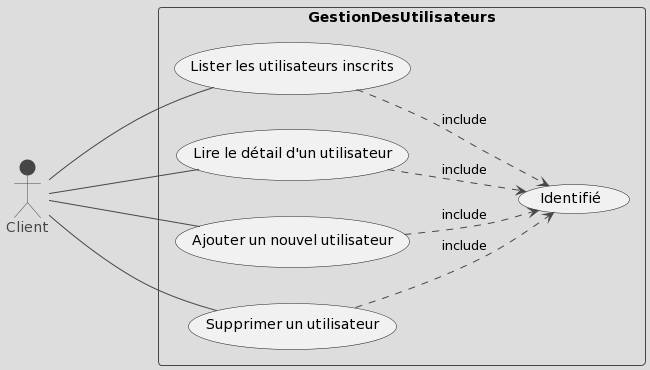
Zveltana/bileMo keeps this PlantUML diagram as diagrammes/cas_utilisation/diagramme_cas_utilisation_management_users.png. Above is the earlier version.
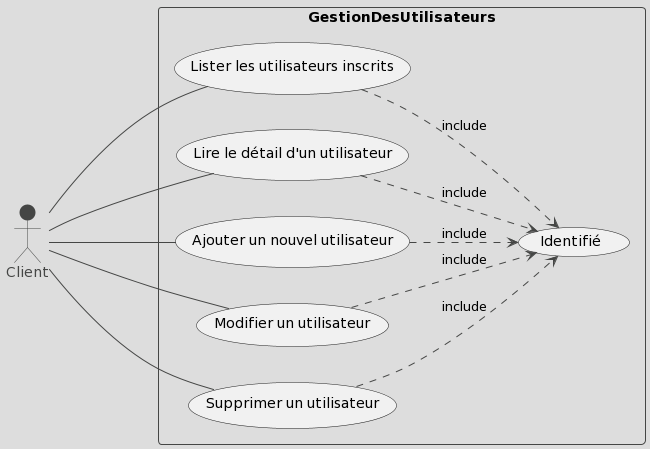
Later version of the same file.

What changed in the source:
```diff
@@ -9,10 +9,12 @@
   Client --- (Lister les utilisateurs inscrits)
   Client --- (Lire le détail d'un utilisateur)
   Client --- (Ajouter un nouvel utilisateur)
+  Client --- (Modifier un utilisateur)
   Client --- (Supprimer un utilisateur)
   (Lister les utilisateurs inscrits) ..> (Identifié): include
   (Lire le détail d'un utilisateur) ..> (Identifié): include
   (Ajouter un nouvel utilisateur) ..> (Identifié): include
+  (Modifier un utilisateur) ..> (Identifié): include
   (Supprimer un utilisateur) ..> (Identifié): include
 }
 @enduml
```
